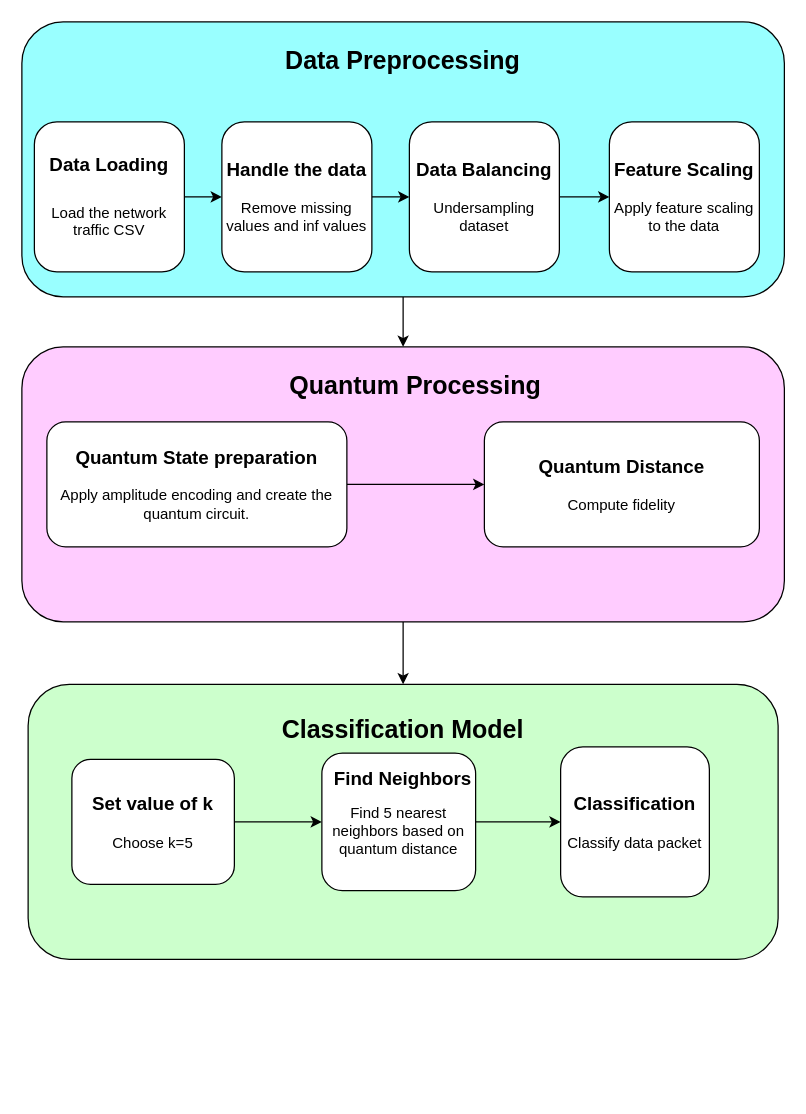
This is Copy of Untitled Diagram.drawio from AkshayMMurthy/abc, a draw.io file, before an edit. Source tidied: cells renumbered, new cells numbered last; positions are measured from the earlier drawing's top-left corner, leaving out a move shared by most shapes. Both pictures are drawn from the tidied source at 125%, with x=0, y=0 at pixel (21, 21).
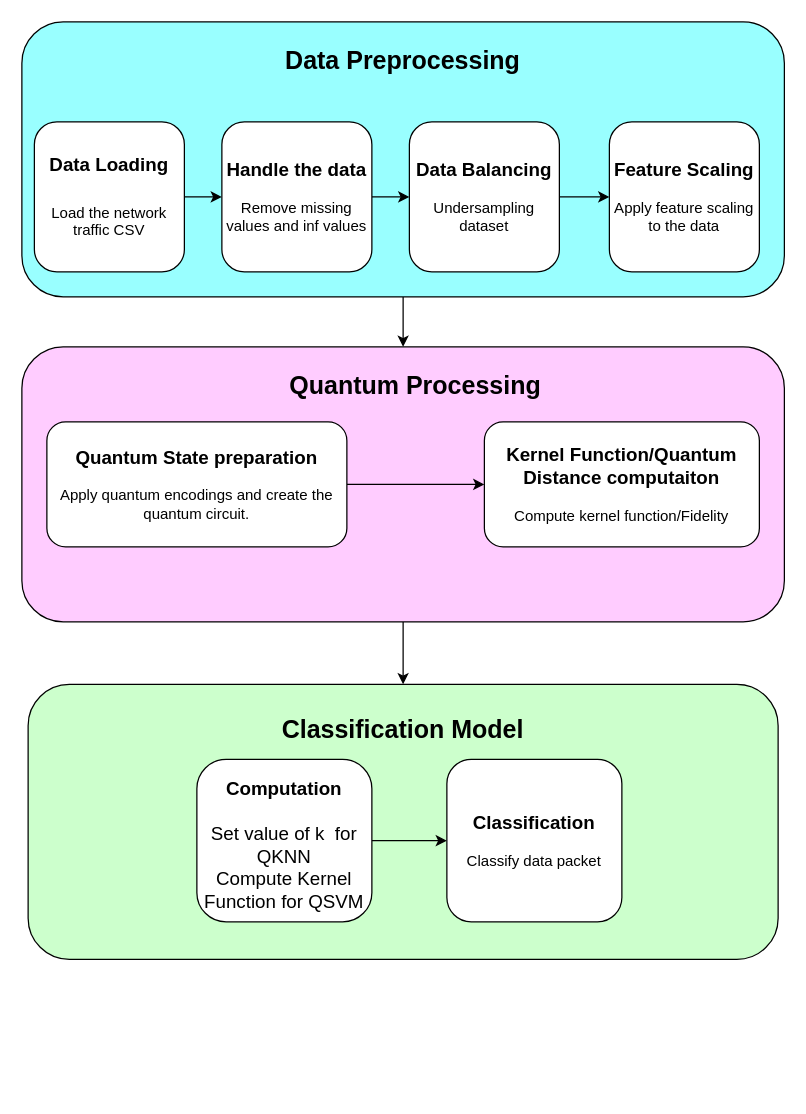
The same diagram, later.

Diff of the diagram source:
```diff
@@
-    <mxCell id="17" value="&lt;div&gt;&lt;font style=&quot;font-size: 15px;&quot;&gt;&lt;b style=&quot;&quot;&gt;Quantum State preparation&lt;/b&gt;&lt;/font&gt;&lt;/div&gt;&lt;div&gt;&lt;br&gt;&lt;/div&gt;Apply amplitude encoding and create the quantum circuit." style="rounded=1;whiteSpace=wrap;html=1;" parent="1" vertex="1">
+    <mxCell id="17" value="&lt;div&gt;&lt;font style=&quot;font-size: 15px;&quot;&gt;&lt;b style=&quot;&quot;&gt;Quantum State preparation&lt;/b&gt;&lt;/font&gt;&lt;/div&gt;&lt;div&gt;&lt;br&gt;&lt;/div&gt;Apply quantum encodings and create the quantum circuit." style="rounded=1;whiteSpace=wrap;html=1;" parent="1" vertex="1">
       <mxGeometry x="20" y="320" width="240" height="100" as="geometry" />
     </mxCell>
-    <mxCell id="18" value="&lt;font style=&quot;font-size: 15px;&quot;&gt;&lt;b&gt;Quantum Distance&lt;/b&gt;&lt;/font&gt;&lt;div&gt;&lt;br&gt;&lt;/div&gt;&lt;div&gt;Compute fidelity&lt;/div&gt;" style="rounded=1;whiteSpace=wrap;html=1;" parent="1" vertex="1">
+    <mxCell id="18" value="&lt;font style=&quot;font-size: 15px;&quot;&gt;&lt;b&gt;Kernel Function/Quantum Distance computaiton&lt;/b&gt;&lt;/font&gt;&lt;div&gt;&lt;br&gt;&lt;/div&gt;&lt;div&gt;Compute kernel function/Fidelity&lt;/div&gt;" style="rounded=1;whiteSpace=wrap;html=1;" parent="1" vertex="1">
       <mxGeometry x="370" y="320" width="220" height="100" as="geometry" />
     </mxCell>
-    <mxCell id="19" style="edgeStyle=orthogonalEdgeStyle;rounded=0;jettySize=auto;html=1;exitX=1;exitY=0.5;exitDx=0;exitDy=0;entryX=0;entryY=0.5;entryDx=0;entryDy=0;" parent="1" edge="1" source="20" target="23">
-      <mxGeometry relative="1" as="geometry" />
-    </mxCell>
-    <mxCell id="20" value="&lt;div&gt;&lt;br&gt;&lt;/div&gt;Find 5 nearest neighbors based on quantum distance" style="rounded=1;whiteSpace=wrap;html=1;" parent="1" vertex="1">
-      <mxGeometry x="240" y="585" width="123" height="110" as="geometry" />
-    </mxCell>
-    <mxCell id="21" style="edgeStyle=orthogonalEdgeStyle;rounded=0;jettySize=auto;html=1;exitX=1;exitY=0.5;exitDx=0;exitDy=0;" parent="1" edge="1" source="22" target="20">
-      <mxGeometry relative="1" as="geometry" />
-    </mxCell>
+    <mxCell id="25" style="edgeStyle=orthogonalEdgeStyle;rounded=0;jettySize=auto;html=1;" parent="1" edge="1" source="22" target="23">
+      <mxGeometry relative="1" as="geometry" />
+    </mxCell>
-    <mxCell id="22" value="&lt;b&gt;&lt;font style=&quot;font-size: 15px;&quot;&gt;Set value of k&lt;/font&gt;&lt;/b&gt;&lt;div&gt;&lt;br&gt;&lt;/div&gt;&lt;div&gt;Choose k=5&lt;/div&gt;" style="rounded=1;whiteSpace=wrap;html=1;" parent="1" vertex="1">
-      <mxGeometry x="40" y="590" width="130" height="100" as="geometry" />
+    <mxCell id="22" value="&lt;div&gt;&lt;font style=&quot;font-size: 15px;&quot;&gt;&lt;br&gt;&lt;/font&gt;&lt;/div&gt;&lt;font style=&quot;font-size: 15px;&quot;&gt;&lt;div&gt;&lt;font style=&quot;font-size: 15px;&quot;&gt;&lt;br&gt;&lt;/font&gt;&lt;/div&gt;&lt;div&gt;&lt;b&gt;Computation&lt;/b&gt;&lt;/div&gt;&lt;div&gt;&lt;b&gt;&lt;br&gt;&lt;/b&gt;&lt;/div&gt;Set value of k&amp;nbsp; for QKNN&lt;/font&gt;&lt;div&gt;&lt;div&gt;&lt;span style=&quot;background-color: transparent; color: light-dark(rgb(0, 0, 0), rgb(255, 255, 255));&quot;&gt;&lt;font style=&quot;font-size: 15px;&quot;&gt;Compute Kernel Function for QSVM&lt;/font&gt;&lt;/span&gt;&lt;/div&gt;&lt;div&gt;&lt;div&gt;&lt;div&gt;&lt;br&gt;&lt;/div&gt;&lt;div&gt;&lt;br&gt;&lt;/div&gt;&lt;/div&gt;&lt;/div&gt;&lt;/div&gt;" style="rounded=1;whiteSpace=wrap;html=1;arcSize=18;" parent="1" vertex="1">
+      <mxGeometry x="140" y="590" width="140" height="130" as="geometry" />
     </mxCell>
     <mxCell id="23" value="&lt;b&gt;&lt;font style=&quot;font-size: 15px;&quot;&gt;Classification&lt;/font&gt;&lt;/b&gt;&lt;div&gt;&lt;br&gt;&lt;/div&gt;&lt;div&gt;Classify data packet&lt;/div&gt;" style="rounded=1;whiteSpace=wrap;html=1;" parent="1" vertex="1">
-      <mxGeometry x="431" y="580" width="119" height="120" as="geometry" />
+      <mxGeometry x="340" y="590" width="140" height="130" as="geometry" />
     </mxCell>
-    <mxCell id="24" value="Find Neighbors" style="text;html=1;align=center;verticalAlign=middle;whiteSpace=wrap;rounded=0;fontSize=15;fontStyle=1;" parent="1" vertex="1">
-      <mxGeometry x="240" y="590" width="130" height="30" as="geometry" />
-    </mxCell>
```
